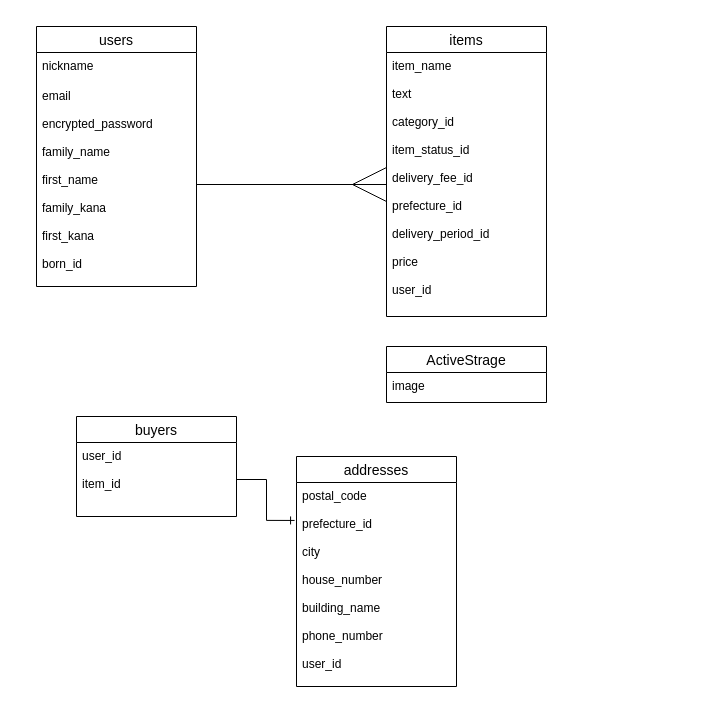
Above: er.dio in atsushikitamura/furima-35862 (draw.io), before the change. Source tidied: cells renumbered, new cells numbered last; positions are measured from the earlier drawing's top-left corner, leaving out a move shared by most shapes. Both pictures are drawn from the tidied source at 100%, with x=0, y=0 at pixel (36, 26).
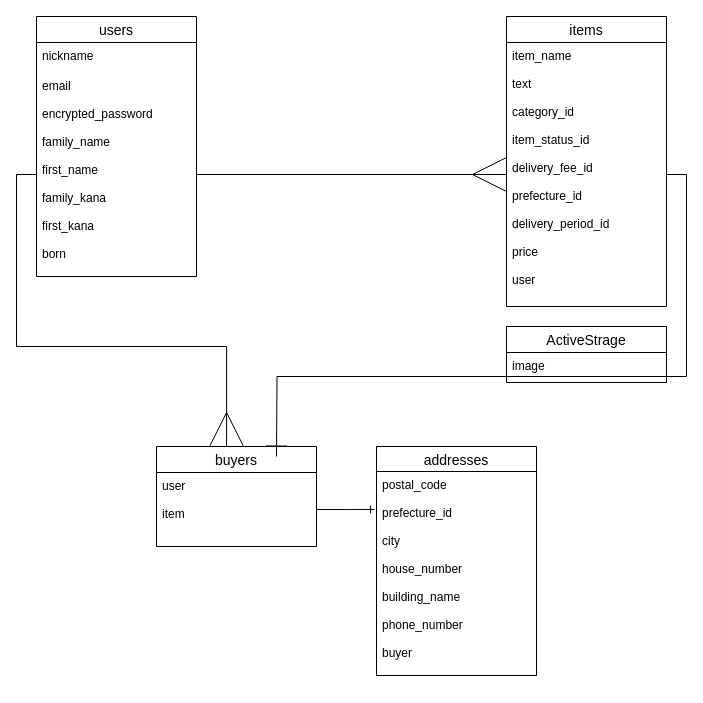
The same diagram, later.

The edit, as a diff of the source:
```diff
@@
 <mxGraphModel>
   <root>
     <mxCell id="0" />
     <mxCell id="1" parent="0" />
     <mxCell id="2" value="users" style="swimlane;fontStyle=0;horizontal=1;startSize=26;align=center;fontSize=14;" parent="1" vertex="1">
-      <mxGeometry width="160" height="260" as="geometry" />
+      <mxGeometry y="-10" width="160" height="260" as="geometry" />
     </mxCell>
     <mxCell id="3" value="nickname" style="text;strokeColor=none;fillColor=none;spacingLeft=4;spacingRight=4;overflow=hidden;fontSize=12;" parent="2" vertex="1">
       <mxGeometry y="26" width="160" height="30" as="geometry" />
     </mxCell>
-    <mxCell id="4" value="email&#10;&#10;encrypted_password&#10;&#10;family_name&#10;&#10;first_name&#10;&#10;family_kana&#10;&#10;first_kana&#10;&#10;born_id" style="text;strokeColor=none;fillColor=none;spacingLeft=4;spacingRight=4;overflow=hidden;points=[[0,0.5],[1,0.5]];portConstraint=eastwest;fontSize=12;" parent="2" vertex="1">
+    <mxCell id="4" value="email&#10;&#10;encrypted_password&#10;&#10;family_name&#10;&#10;first_name&#10;&#10;family_kana&#10;&#10;first_kana&#10;&#10;born" style="text;strokeColor=none;fillColor=none;spacingLeft=4;spacingRight=4;overflow=hidden;points=[[0,0.5],[1,0.5]];portConstraint=eastwest;fontSize=12;" parent="2" vertex="1">
       <mxGeometry y="56" width="160" height="204" as="geometry" />
     </mxCell>
     <mxCell id="5" value="items" style="swimlane;fontStyle=0;horizontal=1;startSize=26;align=center;fontSize=14;" parent="1" vertex="1">
-      <mxGeometry x="350" width="160" height="290" as="geometry" />
+      <mxGeometry x="470" y="-10" width="160" height="290" as="geometry" />
     </mxCell>
-    <mxCell id="6" value="item_name&#10;&#10;text&#10;&#10;category_id&#10;&#10;item_status_id&#10;&#10;delivery_fee_id&#10;&#10;prefecture_id&#10;&#10;delivery_period_id&#10;&#10;price&#10;&#10;user_id" style="text;strokeColor=none;fillColor=none;spacingLeft=4;spacingRight=4;overflow=hidden;points=[[0,0.5],[1,0.5]];portConstraint=eastwest;fontSize=12;" parent="5" vertex="1">
+    <mxCell id="6" value="item_name&#10;&#10;text&#10;&#10;category_id&#10;&#10;item_status_id&#10;&#10;delivery_fee_id&#10;&#10;prefecture_id&#10;&#10;delivery_period_id&#10;&#10;price&#10;&#10;user" style="text;strokeColor=none;fillColor=none;spacingLeft=4;spacingRight=4;overflow=hidden;points=[[0,0.5],[1,0.5]];portConstraint=eastwest;fontSize=12;" parent="5" vertex="1">
       <mxGeometry y="26" width="160" height="264" as="geometry" />
     </mxCell>
-    <mxCell id="7" value="addresses" style="swimlane;fontStyle=0;horizontal=1;startSize=26;align=center;fontSize=14;" parent="1" vertex="1">
-      <mxGeometry x="260" y="430" width="160" height="230" as="geometry" />
+    <mxCell id="7" value="addresses" style="swimlane;fontStyle=0;horizontal=1;startSize=25;align=center;fontSize=14;" parent="1" vertex="1">
+      <mxGeometry x="340" y="420" width="160" height="229" as="geometry" />
     </mxCell>
-    <mxCell id="8" value="postal_code&#10;&#10;prefecture_id&#10;&#10;city&#10;&#10;house_number&#10;&#10;building_name&#10;&#10;phone_number&#10;&#10;user_id" style="text;strokeColor=none;fillColor=none;spacingLeft=4;spacingRight=4;overflow=hidden;points=[[0,0.5],[1,0.5]];portConstraint=eastwest;fontSize=12;" parent="7" vertex="1">
-      <mxGeometry y="26" width="160" height="204" as="geometry" />
+    <mxCell id="8" value="postal_code&#10;&#10;prefecture_id&#10;&#10;city&#10;&#10;house_number&#10;&#10;building_name&#10;&#10;phone_number&#10;&#10;buyer" style="text;strokeColor=none;fillColor=none;spacingLeft=4;spacingRight=4;overflow=hidden;points=[[0,0.5],[1,0.5]];portConstraint=eastwest;fontSize=12;" parent="7" vertex="1">
+      <mxGeometry y="25" width="160" height="204" as="geometry" />
     </mxCell>
     <mxCell id="9" value="ActiveStrage" style="swimlane;fontStyle=0;horizontal=1;startSize=26;align=center;fontSize=14;" parent="1" vertex="1">
-      <mxGeometry x="350" y="320" width="160" height="56" as="geometry" />
+      <mxGeometry x="470" y="300" width="160" height="56" as="geometry" />
     </mxCell>
     <mxCell id="10" value="image" style="text;strokeColor=none;fillColor=none;spacingLeft=4;spacingRight=4;overflow=hidden;fontSize=12;" parent="9" vertex="1">
       <mxGeometry y="26" width="160" height="30" as="geometry" />
     </mxCell>
     <mxCell id="11" value="buyers" style="swimlane;fontStyle=0;horizontal=1;startSize=26;align=center;fontSize=14;" parent="1" vertex="1">
-      <mxGeometry x="40" y="390" width="160" height="100" as="geometry" />
+      <mxGeometry x="120" y="420" width="160" height="100" as="geometry" />
     </mxCell>
-    <mxCell id="12" value="user_id&#10;&#10;item_id&#10;" style="text;strokeColor=none;fillColor=none;spacingLeft=4;spacingRight=4;overflow=hidden;points=[[0,0.5],[1,0.5]];portConstraint=eastwest;fontSize=12;" parent="11" vertex="1">
+    <mxCell id="12" value="user&#10;&#10;item&#10;" style="text;strokeColor=none;fillColor=none;spacingLeft=4;spacingRight=4;overflow=hidden;points=[[0,0.5],[1,0.5]];portConstraint=eastwest;fontSize=12;" parent="11" vertex="1">
       <mxGeometry y="26" width="160" height="74" as="geometry" />
     </mxCell>
     <mxCell id="13" style="edgeStyle=orthogonalEdgeStyle;rounded=0;jettySize=auto;html=1;exitX=1;exitY=0.5;exitDx=0;exitDy=0;entryX=-0.012;entryY=0.186;entryDx=0;entryDy=0;entryPerimeter=0;endArrow=ERone;endFill=0;" parent="1" edge="1" source="12" target="8">
       <mxGeometry relative="1" as="geometry" />
     </mxCell>
     <mxCell id="14" style="edgeStyle=orthogonalEdgeStyle;rounded=0;jettySize=auto;html=1;exitX=1;exitY=0.5;exitDx=0;exitDy=0;endArrow=ERmany;endFill=0;entryX=0;entryY=0.5;entryDx=0;entryDy=0;endSize=32;" parent="1" edge="1" source="4" target="6">
       <mxGeometry relative="1" as="geometry" />
     </mxCell>
+    <mxCell id="15" style="edgeStyle=orthogonalEdgeStyle;rounded=0;jettySize=auto;html=1;exitX=0;exitY=0.5;exitDx=0;exitDy=0;entryX=0.438;entryY=0;entryDx=0;entryDy=0;entryPerimeter=0;endArrow=ERmany;endFill=0;endSize=32;" parent="1" edge="1" source="4" target="11">
+      <mxGeometry relative="1" as="geometry" />
+    </mxCell>
+    <mxCell id="16" style="edgeStyle=orthogonalEdgeStyle;rounded=0;jettySize=auto;html=1;exitX=1;exitY=0.5;exitDx=0;exitDy=0;endArrow=ERone;endFill=0;endSize=19;" parent="1" edge="1" source="6">
+      <mxGeometry relative="1" as="geometry">
+        <mxPoint x="240" y="430" as="targetPoint" />
+      </mxGeometry>
+    </mxCell>
   </root>
 </mxGraphModel>
```
